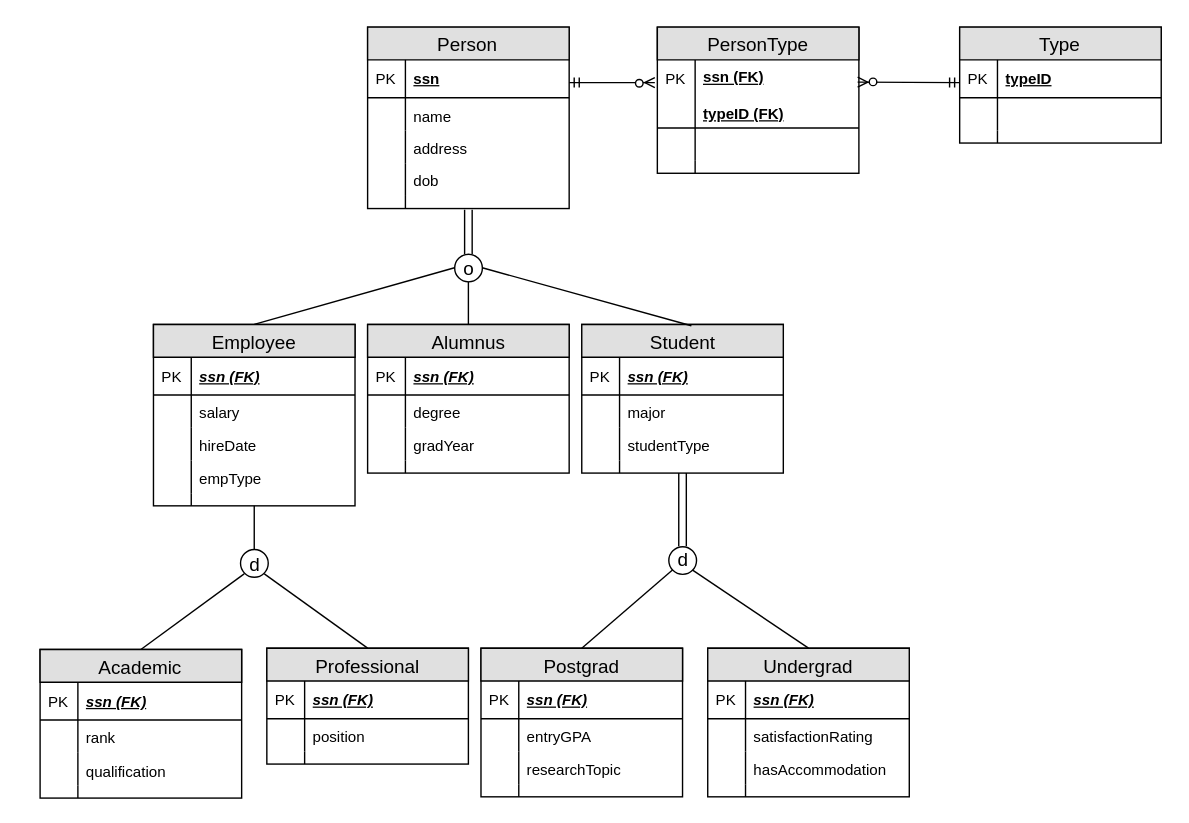
CuriousGeorge121/infosys222 keeps this draw.io diagram as week04/person_superset.svg. Above is the earlier version. Source tidied: cells renumbered, new cells last; positions are measured from the earlier drawing's top-left corner, leaving out a move shared by most shapes.
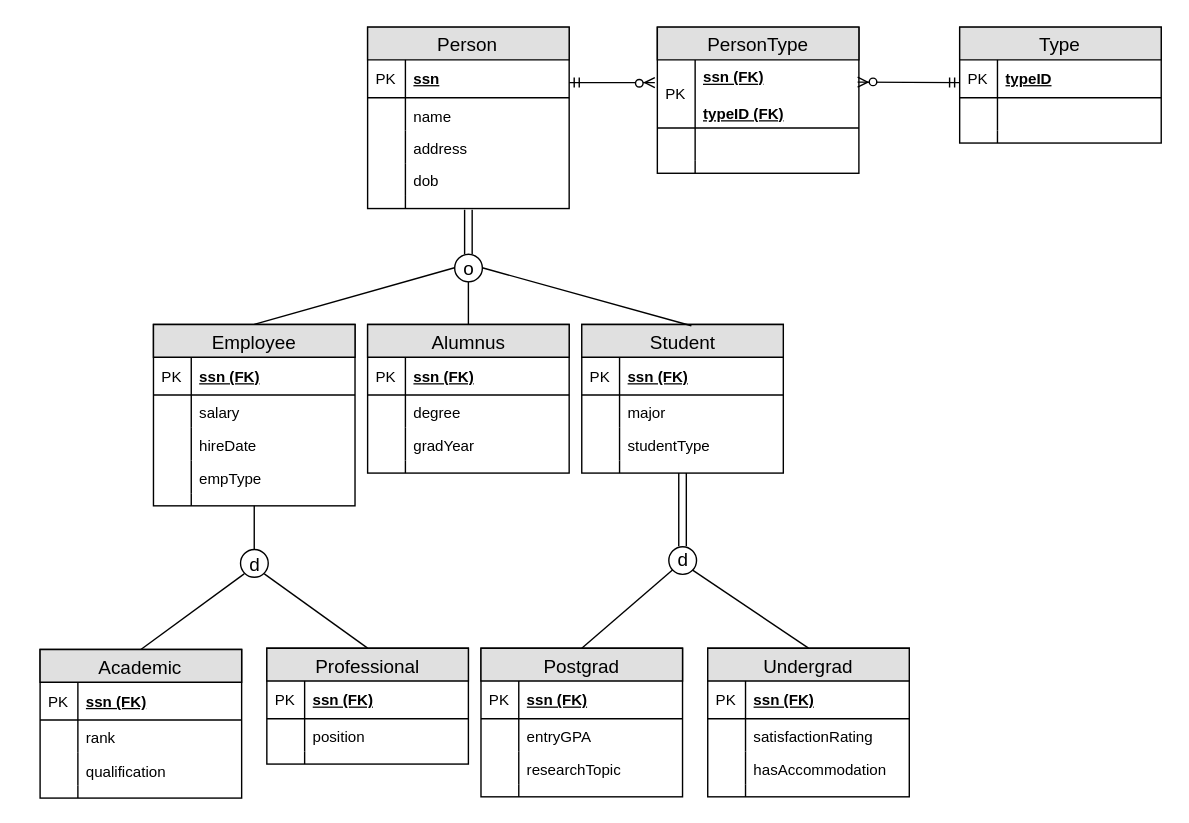
Later version of the same file.

The edit, as a diff of the source:
```diff
@@ -65,7 +65,7 @@
     <mxCell id="22" value="ssn (FK)&lt;div&gt;&lt;br&gt;&lt;/div&gt;&lt;div&gt;typeID (FK)&lt;/div&gt;" style="shape=partialRectangle;top=0;left=0;right=0;bottom=1;html=1;align=left;verticalAlign=middle;fillColor=none;spacingLeft=34;spacingRight=4;whiteSpace=wrap;overflow=hidden;points=[[0,0.5],[1,0.5]];portConstraint=eastwest;fontStyle=5;" parent="21" vertex="1">
       <mxGeometry y="26" width="160" height="54" as="geometry" />
     </mxCell>
-    <mxCell id="23" value="PK" style="shape=partialRectangle;top=0;left=0;bottom=0;html=1;fillColor=none;align=left;verticalAlign=top;spacingLeft=4;spacingRight=4;whiteSpace=wrap;overflow=hidden;" parent="22" vertex="1">
+    <mxCell id="23" value="PK" style="shape=partialRectangle;top=0;left=0;bottom=0;html=1;fillColor=none;align=left;verticalAlign=middle;spacingLeft=4;spacingRight=4;whiteSpace=wrap;overflow=hidden;" parent="22" vertex="1">
       <mxGeometry width="30" height="54" as="geometry" />
     </mxCell>
     <mxCell id="24" style="shape=partialRectangle;top=0;left=0;right=0;bottom=0;html=1;align=left;verticalAlign=top;fillColor=none;spacingLeft=34;spacingRight=4;whiteSpace=wrap;overflow=hidden;" parent="21" vertex="1">
@@ -94,7 +94,7 @@
     <mxCell id="30" value="Employee" style="swimlane;html=1;fontStyle=0;horizontal=1;startSize=26;fillColor=#e0e0e0;swimlaneFillColor=#ffffff;align=center;strokeColor=#000000;fontSize=15;" parent="1" vertex="1">
       <mxGeometry x="120" y="256" width="160" height="144" as="geometry" />
     </mxCell>
-    <mxCell id="31" value="&lt;i&gt;ssn (FK)&lt;/i&gt;" style="shape=partialRectangle;top=0;left=0;right=0;bottom=1;html=1;align=left;verticalAlign=middle;fillColor=none;spacingLeft=34;spacingRight=4;whiteSpace=wrap;overflow=hidden;fontStyle=5;" parent="30" vertex="1">
+    <mxCell id="31" value="ssn (FK)" style="shape=partialRectangle;top=0;left=0;right=0;bottom=1;html=1;align=left;verticalAlign=middle;fillColor=none;spacingLeft=34;spacingRight=4;whiteSpace=wrap;overflow=hidden;fontStyle=5;" parent="30" vertex="1">
       <mxGeometry y="26" width="160" height="30" as="geometry" />
     </mxCell>
     <mxCell id="32" value="PK" style="shape=partialRectangle;top=0;left=0;bottom=0;html=1;fillColor=none;align=left;verticalAlign=middle;spacingLeft=4;spacingRight=4;whiteSpace=wrap;overflow=hidden;" parent="31" vertex="1">
@@ -127,7 +127,7 @@
     <mxCell id="41" value="Alumnus" style="swimlane;html=1;fontStyle=0;horizontal=1;startSize=26;fillColor=#e0e0e0;swimlaneFillColor=#ffffff;align=center;strokeColor=#000000;fontSize=15;" parent="1" vertex="1">
       <mxGeometry x="290" y="256" width="160" height="118" as="geometry" />
     </mxCell>
-    <mxCell id="42" value="&lt;i&gt;ssn (FK)&lt;/i&gt;" style="shape=partialRectangle;top=0;left=0;right=0;bottom=1;html=1;align=left;verticalAlign=middle;fillColor=none;spacingLeft=34;spacingRight=4;whiteSpace=wrap;overflow=hidden;fontStyle=5;" parent="41" vertex="1">
+    <mxCell id="42" value="ssn (FK)" style="shape=partialRectangle;top=0;left=0;right=0;bottom=1;html=1;align=left;verticalAlign=middle;fillColor=none;spacingLeft=34;spacingRight=4;whiteSpace=wrap;overflow=hidden;fontStyle=5;" parent="41" vertex="1">
       <mxGeometry y="26" width="160" height="30" as="geometry" />
     </mxCell>
     <mxCell id="43" value="PK" style="shape=partialRectangle;top=0;left=0;bottom=0;html=1;fillColor=none;align=left;verticalAlign=middle;spacingLeft=4;spacingRight=4;whiteSpace=wrap;overflow=hidden;" parent="42" vertex="1">
@@ -154,7 +154,7 @@
     <mxCell id="50" value="Student" style="swimlane;html=1;fontStyle=0;horizontal=1;startSize=26;fillColor=#e0e0e0;swimlaneFillColor=#ffffff;align=center;strokeColor=#000000;fontSize=15;" parent="1" vertex="1">
       <mxGeometry x="460" y="256" width="160" height="118" as="geometry" />
     </mxCell>
-    <mxCell id="51" value="&lt;i&gt;ssn (FK)&lt;/i&gt;" style="shape=partialRectangle;top=0;left=0;right=0;bottom=1;html=1;align=left;verticalAlign=middle;fillColor=none;spacingLeft=34;spacingRight=4;whiteSpace=wrap;overflow=hidden;fontStyle=5;" parent="50" vertex="1">
+    <mxCell id="51" value="ssn (FK)" style="shape=partialRectangle;top=0;left=0;right=0;bottom=1;html=1;align=left;verticalAlign=middle;fillColor=none;spacingLeft=34;spacingRight=4;whiteSpace=wrap;overflow=hidden;fontStyle=5;" parent="50" vertex="1">
       <mxGeometry y="26" width="160" height="30" as="geometry" />
     </mxCell>
     <mxCell id="52" value="PK" style="shape=partialRectangle;top=0;left=0;bottom=0;html=1;fillColor=none;align=left;verticalAlign=middle;spacingLeft=4;spacingRight=4;whiteSpace=wrap;overflow=hidden;" parent="51" vertex="1">
@@ -181,7 +181,7 @@
     <mxCell id="59" value="Academic" style="swimlane;html=1;fontStyle=0;horizontal=1;startSize=26;fillColor=#e0e0e0;swimlaneFillColor=#ffffff;align=center;strokeColor=#000000;fontSize=15;" parent="1" vertex="1">
       <mxGeometry x="30" y="514" width="160" height="118" as="geometry" />
     </mxCell>
-    <mxCell id="60" value="&lt;i&gt;ssn (FK)&lt;/i&gt;" style="shape=partialRectangle;top=0;left=0;right=0;bottom=1;html=1;align=left;verticalAlign=middle;fillColor=none;spacingLeft=34;spacingRight=4;whiteSpace=wrap;overflow=hidden;fontStyle=5;" parent="59" vertex="1">
+    <mxCell id="60" value="ssn (FK)" style="shape=partialRectangle;top=0;left=0;right=0;bottom=1;html=1;align=left;verticalAlign=middle;fillColor=none;spacingLeft=34;spacingRight=4;whiteSpace=wrap;overflow=hidden;fontStyle=5;" parent="59" vertex="1">
       <mxGeometry y="26" width="160" height="30" as="geometry" />
     </mxCell>
     <mxCell id="61" value="PK" style="shape=partialRectangle;top=0;left=0;bottom=0;html=1;fillColor=none;align=left;verticalAlign=middle;spacingLeft=4;spacingRight=4;whiteSpace=wrap;overflow=hidden;" parent="60" vertex="1">
@@ -208,7 +208,7 @@
     <mxCell id="68" value="Professional" style="swimlane;html=1;fontStyle=0;horizontal=1;startSize=26;fillColor=#e0e0e0;swimlaneFillColor=#ffffff;align=center;strokeColor=#000000;fontSize=15;" parent="1" vertex="1">
       <mxGeometry x="210" y="513" width="160" height="92" as="geometry" />
     </mxCell>
-    <mxCell id="69" value="&lt;i&gt;ssn (FK)&lt;/i&gt;" style="shape=partialRectangle;top=0;left=0;right=0;bottom=1;html=1;align=left;verticalAlign=middle;fillColor=none;spacingLeft=34;spacingRight=4;whiteSpace=wrap;overflow=hidden;fontStyle=5;" parent="68" vertex="1">
+    <mxCell id="69" value="ssn (FK)" style="shape=partialRectangle;top=0;left=0;right=0;bottom=1;html=1;align=left;verticalAlign=middle;fillColor=none;spacingLeft=34;spacingRight=4;whiteSpace=wrap;overflow=hidden;fontStyle=5;" parent="68" vertex="1">
       <mxGeometry y="26" width="160" height="30" as="geometry" />
     </mxCell>
     <mxCell id="70" value="PK" style="shape=partialRectangle;top=0;left=0;bottom=0;html=1;fillColor=none;align=left;verticalAlign=middle;spacingLeft=4;spacingRight=4;whiteSpace=wrap;overflow=hidden;" parent="69" vertex="1">
@@ -229,7 +229,7 @@
     <mxCell id="75" value="Postgrad" style="swimlane;html=1;fontStyle=0;horizontal=1;startSize=26;fillColor=#e0e0e0;swimlaneFillColor=#ffffff;align=center;strokeColor=#000000;fontSize=15;" parent="1" vertex="1">
       <mxGeometry x="380" y="513" width="160" height="118" as="geometry" />
     </mxCell>
-    <mxCell id="76" value="&lt;i&gt;ssn (FK)&lt;/i&gt;" style="shape=partialRectangle;top=0;left=0;right=0;bottom=1;html=1;align=left;verticalAlign=middle;fillColor=none;spacingLeft=34;spacingRight=4;whiteSpace=wrap;overflow=hidden;fontStyle=5;" parent="75" vertex="1">
+    <mxCell id="76" value="ssn (FK)" style="shape=partialRectangle;top=0;left=0;right=0;bottom=1;html=1;align=left;verticalAlign=middle;fillColor=none;spacingLeft=34;spacingRight=4;whiteSpace=wrap;overflow=hidden;fontStyle=5;" parent="75" vertex="1">
       <mxGeometry y="26" width="160" height="30" as="geometry" />
     </mxCell>
     <mxCell id="77" value="PK" style="shape=partialRectangle;top=0;left=0;bottom=0;html=1;fillColor=none;align=left;verticalAlign=middle;spacingLeft=4;spacingRight=4;whiteSpace=wrap;overflow=hidden;" parent="76" vertex="1">
@@ -256,7 +256,7 @@
     <mxCell id="84" value="Undergrad" style="swimlane;html=1;fontStyle=0;horizontal=1;startSize=26;fillColor=#e0e0e0;swimlaneFillColor=#ffffff;align=center;strokeColor=#000000;fontSize=15;" parent="1" vertex="1">
       <mxGeometry x="560" y="513" width="160" height="118" as="geometry" />
     </mxCell>
-    <mxCell id="85" value="&lt;i&gt;ssn (FK)&lt;/i&gt;" style="shape=partialRectangle;top=0;left=0;right=0;bottom=1;html=1;align=left;verticalAlign=middle;fillColor=none;spacingLeft=34;spacingRight=4;whiteSpace=wrap;overflow=hidden;fontStyle=5;" parent="84" vertex="1">
+    <mxCell id="85" value="ssn (FK)" style="shape=partialRectangle;top=0;left=0;right=0;bottom=1;html=1;align=left;verticalAlign=middle;fillColor=none;spacingLeft=34;spacingRight=4;whiteSpace=wrap;overflow=hidden;fontStyle=5;" parent="84" vertex="1">
       <mxGeometry y="26" width="160" height="30" as="geometry" />
     </mxCell>
     <mxCell id="86" value="PK" style="shape=partialRectangle;top=0;left=0;bottom=0;html=1;fillColor=none;align=left;verticalAlign=middle;spacingLeft=4;spacingRight=4;whiteSpace=wrap;overflow=hidden;" parent="85" vertex="1">
```
